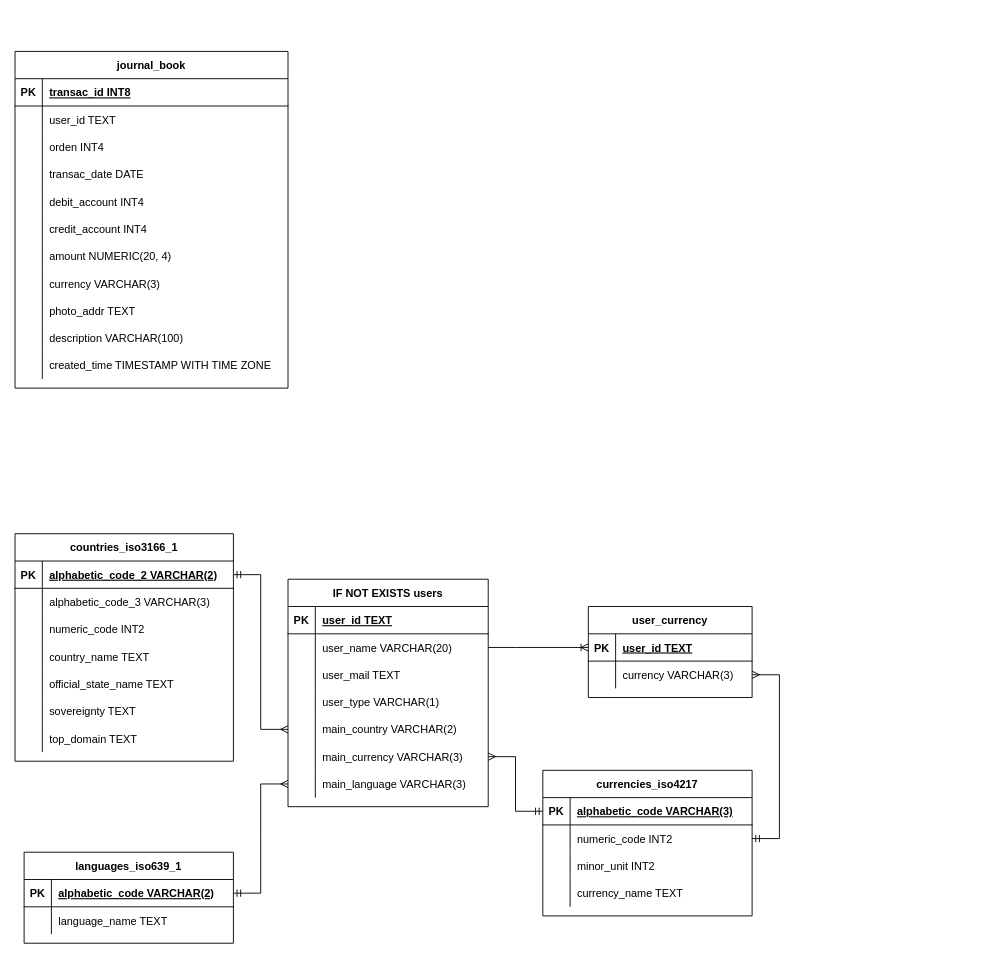
Earlier version of the draw.io diagram rigel_ledger_schema.drawio (Walker088/rigel_ledger_server). Source tidied: cells renumbered, new cells numbered last; positions are measured from the earlier drawing's top-left corner, leaving out a move shared by most shapes. Both pictures are drawn from the tidied source at 91%, with x=0, y=0 at pixel (15, 51).
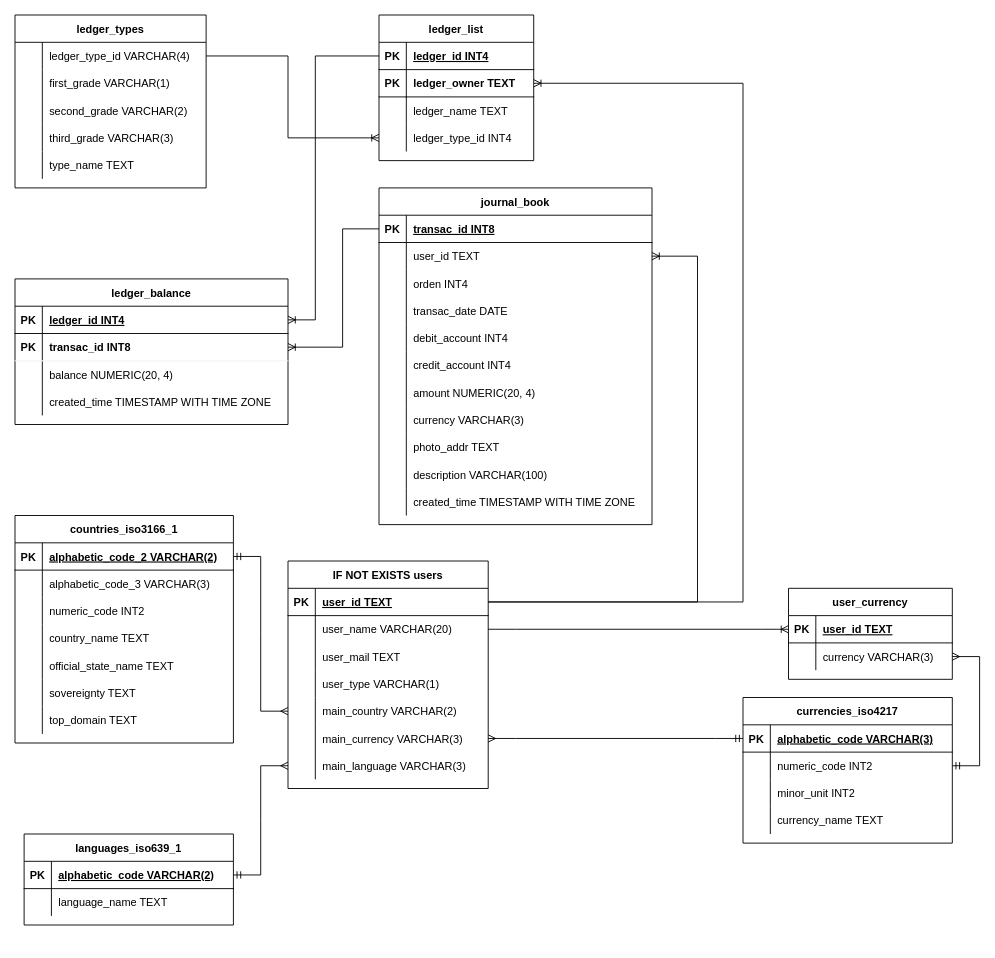
After the change.

Unchanged cells that the change refers to:
```xml
<mxCell id="57" style="shape=tableRow;horizontal=0;startSize=0;swimlaneHead=0;swimlaneBody=0;fillColor=none;points=[[0,0.5],[1,0.5]];portConstraint=eastwest;top=0;left=0;right=0;bottom=1;" parent="56" vertex="1">
  <mxGeometry y="30" width="220" height="30" as="geometry" />
</mxCell>
<mxCell id="79" style="shape=tableRow;horizontal=0;startSize=0;swimlaneHead=0;swimlaneBody=0;fillColor=none;points=[[0,0.5],[1,0.5]];portConstraint=eastwest;top=0;left=0;right=0;bottom=1;" parent="78" vertex="1">
  <mxGeometry y="30" width="300" height="30" as="geometry" />
</mxCell>
<mxCell id="82" style="shape=tableRow;horizontal=0;startSize=0;swimlaneHead=0;swimlaneBody=0;fillColor=none;points=[[0,0.5],[1,0.5]];portConstraint=eastwest;top=0;left=0;right=0;bottom=0;" parent="78" vertex="1">
  <mxGeometry y="60" width="300" height="30" as="geometry" />
</mxCell>
```

Change to the diagram source:
```diff
@@
     <mxCell id="2" value="user_currency" style="shape=table;startSize=30;childLayout=tableLayout;rowLines=0;fontStyle=1;align=center;" parent="1" vertex="1">
-      <mxGeometry x="630" y="610" width="180" height="100" as="geometry" />
+      <mxGeometry x="850" y="590" width="180" height="100" as="geometry" />
     </mxCell>
@@
     <mxCell id="9" value="countries_iso3166_1" style="shape=table;startSize=30;childLayout=tableLayout;rowLines=0;fontStyle=1;align=center;" parent="1" vertex="1">
-      <mxGeometry y="530" width="240" height="250" as="geometry" />
+      <mxGeometry y="510" width="240" height="250" as="geometry" />
     </mxCell>
@@
     <mxCell id="31" value="currencies_iso4217" style="shape=table;startSize=30;childLayout=tableLayout;rowLines=0;fontStyle=1;align=center;" parent="1" vertex="1">
-      <mxGeometry x="580" y="790" width="230" height="160" as="geometry" />
+      <mxGeometry x="800" y="710" width="230" height="160" as="geometry" />
     </mxCell>
@@
     <mxCell id="44" value="languages_iso639_1" style="shape=table;startSize=30;childLayout=tableLayout;rowLines=0;fontStyle=1;align=center;" parent="1" vertex="1">
-      <mxGeometry x="10" y="880" width="230" height="100" as="geometry" />
+      <mxGeometry x="10" y="860" width="230" height="100" as="geometry" />
     </mxCell>
@@
     <mxCell id="56" value="IF NOT EXISTS users" style="shape=table;startSize=30;childLayout=tableLayout;rowLines=0;fontStyle=1;align=center;" parent="1" vertex="1">
-      <mxGeometry x="300" y="580" width="220" height="250" as="geometry" />
+      <mxGeometry x="300" y="560" width="220" height="250" as="geometry" />
     </mxCell>
@@
     <mxCell id="78" value="journal_book" style="shape=table;startSize=30;childLayout=tableLayout;rowLines=0;fontStyle=1;align=center;" parent="1" vertex="1">
-      <mxGeometry width="300" height="370" as="geometry" />
+      <mxGeometry x="400" y="150" width="300" height="370" as="geometry" />
     </mxCell>
@@
+    <mxCell id="112" value="ledger_balance" style="shape=table;startSize=30;childLayout=tableLayout;rowLines=0;fontStyle=1;align=center;" parent="1" vertex="1">
+      <mxGeometry y="250" width="300" height="160" as="geometry" />
+    </mxCell>
+    <mxCell id="113" style="shape=tableRow;horizontal=0;startSize=0;swimlaneHead=0;swimlaneBody=0;fillColor=none;points=[[0,0.5],[1,0.5]];portConstraint=eastwest;top=0;left=0;right=0;bottom=1;" parent="112" vertex="1">
+      <mxGeometry y="30" width="300" height="30" as="geometry" />
+    </mxCell>
+    <mxCell id="114" value="PK" style="shape=partialRectangle;overflow=hidden;fillColor=none;top=0;left=0;bottom=0;right=0;fontStyle=1;noLabel=0;" parent="113" vertex="1">
+      <mxGeometry width="30" height="30" as="geometry" />
+    </mxCell>
+    <mxCell id="115" value="ledger_id INT4" style="shape=partialRectangle;overflow=hidden;fillColor=none;align=left;top=0;left=0;bottom=0;right=0;spacingLeft=6;fontStyle=5;noLabel=0;" parent="113" vertex="1">
+      <mxGeometry x="30" width="270" height="30" as="geometry" />
+    </mxCell>
+    <mxCell id="116" style="shape=tableRow;horizontal=0;startSize=0;swimlaneHead=0;swimlaneBody=0;fillColor=none;points=[[0,0.5],[1,0.5]];portConstraint=eastwest;top=0;left=0;right=0;bottom=0;" parent="112" vertex="1">
+      <mxGeometry y="60" width="300" height="30" as="geometry" />
+    </mxCell>
+    <mxCell id="117" value="PK" style="shape=partialRectangle;overflow=hidden;fillColor=none;top=0;left=0;bottom=1;right=0;strokeColor=#F0F0F0;strokeWidth=1;fontStyle=1;" parent="116" vertex="1">
+      <mxGeometry width="30" height="30" as="geometry" />
+    </mxCell>
+    <mxCell id="118" value="transac_id INT8" style="shape=partialRectangle;overflow=hidden;fillColor=none;align=left;top=0;left=0;bottom=1;right=0;spacingLeft=6;strokeColor=#F0F0F0;strokeWidth=1;fontStyle=1;" parent="116" vertex="1">
+      <mxGeometry x="30" width="270" height="30" as="geometry" />
+    </mxCell>
+    <mxCell id="119" style="shape=tableRow;horizontal=0;startSize=0;swimlaneHead=0;swimlaneBody=0;fillColor=none;top=0;left=0;right=0;bottom=0;" parent="112" vertex="1">
+      <mxGeometry y="90" width="300" height="30" as="geometry" />
+    </mxCell>
+    <mxCell id="120" style="shape=partialRectangle;overflow=hidden;fillColor=none;top=0;left=0;bottom=0;right=0;" parent="119" vertex="1">
+      <mxGeometry width="30" height="30" as="geometry" />
+    </mxCell>
+    <mxCell id="121" value="balance NUMERIC(20, 4)" style="shape=partialRectangle;overflow=hidden;fillColor=none;align=left;top=0;left=0;bottom=0;right=0;spacingLeft=6;" parent="119" vertex="1">
+      <mxGeometry x="30" width="270" height="30" as="geometry" />
+    </mxCell>
+    <mxCell id="122" style="shape=tableRow;horizontal=0;startSize=0;swimlaneHead=0;swimlaneBody=0;fillColor=none;top=0;left=0;right=0;bottom=0;" parent="112" vertex="1">
+      <mxGeometry y="120" width="300" height="30" as="geometry" />
+    </mxCell>
+    <mxCell id="123" style="shape=partialRectangle;overflow=hidden;fillColor=none;top=0;left=0;bottom=0;right=0;" parent="122" vertex="1">
+      <mxGeometry width="30" height="30" as="geometry" />
+    </mxCell>
+    <mxCell id="124" value="created_time TIMESTAMP WITH TIME ZONE" style="shape=partialRectangle;overflow=hidden;fillColor=none;align=left;top=0;left=0;bottom=0;right=0;spacingLeft=6;" parent="122" vertex="1">
+      <mxGeometry x="30" width="270" height="30" as="geometry" />
+    </mxCell>
+    <mxCell id="125" style="edgeStyle=elbowEdgeStyle;fontSize=12;html=1;endArrow=ERoneToMany;rounded=0;exitX=0;exitY=0.5;exitDx=0;exitDy=0;entryX=1;entryY=0.5;entryDx=0;entryDy=0;" parent="1" edge="1" source="79" target="116">
+      <mxGeometry relative="1" as="geometry">
+        <Array as="points">
+          <mxPoint x="360" y="260" />
+        </Array>
+      </mxGeometry>
+    </mxCell>
+    <mxCell id="126" value="ledger_list" style="shape=table;startSize=30;childLayout=tableLayout;rowLines=0;fontStyle=1;align=center;" parent="1" vertex="1">
+      <mxGeometry x="400" y="-40" width="170" height="160" as="geometry" />
+    </mxCell>
+    <mxCell id="127" style="shape=tableRow;horizontal=0;startSize=0;swimlaneHead=0;swimlaneBody=0;fillColor=none;points=[[0,0.5],[1,0.5]];portConstraint=eastwest;top=0;left=0;right=0;bottom=1;" parent="126" vertex="1">
+      <mxGeometry y="30" width="170" height="30" as="geometry" />
+    </mxCell>
+    <mxCell id="128" value="PK" style="shape=partialRectangle;overflow=hidden;fillColor=none;top=0;left=0;bottom=0;right=0;fontStyle=1;" parent="127" vertex="1">
+      <mxGeometry width="30" height="30" as="geometry" />
+    </mxCell>
+    <mxCell id="129" value="ledger_id INT4" style="shape=partialRectangle;overflow=hidden;fillColor=none;align=left;top=0;left=0;bottom=0;right=0;spacingLeft=6;fontStyle=5;" parent="127" vertex="1">
+      <mxGeometry x="30" width="140" height="30" as="geometry" />
+    </mxCell>
+    <mxCell id="130" style="shape=tableRow;horizontal=0;startSize=0;swimlaneHead=0;swimlaneBody=0;fillColor=none;points=[[0,0.5],[1,0.5]];portConstraint=eastwest;top=0;left=0;right=0;bottom=0;" parent="126" vertex="1">
+      <mxGeometry y="60" width="170" height="30" as="geometry" />
+    </mxCell>
+    <mxCell id="131" value="PK" style="shape=partialRectangle;overflow=hidden;fillColor=none;top=0;left=0;bottom=1;right=0;fontStyle=1;" parent="130" vertex="1">
+      <mxGeometry width="30" height="30" as="geometry" />
+    </mxCell>
+    <mxCell id="132" value="ledger_owner TEXT" style="shape=partialRectangle;overflow=hidden;fillColor=none;align=left;top=0;left=0;bottom=1;right=0;spacingLeft=6;fontStyle=1;" parent="130" vertex="1">
+      <mxGeometry x="30" width="140" height="30" as="geometry" />
+    </mxCell>
+    <mxCell id="133" style="shape=tableRow;horizontal=0;startSize=0;swimlaneHead=0;swimlaneBody=0;fillColor=none;top=0;left=0;right=0;bottom=0;" parent="126" vertex="1">
+      <mxGeometry y="90" width="170" height="30" as="geometry" />
+    </mxCell>
+    <mxCell id="134" style="shape=partialRectangle;overflow=hidden;fillColor=none;top=0;left=0;bottom=0;right=0;" parent="133" vertex="1">
+      <mxGeometry width="30" height="30" as="geometry" />
+    </mxCell>
+    <mxCell id="135" value="ledger_name TEXT" style="shape=partialRectangle;overflow=hidden;fillColor=none;align=left;top=0;left=0;bottom=0;right=0;spacingLeft=6;" parent="133" vertex="1">
+      <mxGeometry x="30" width="140" height="30" as="geometry" />
+    </mxCell>
+    <mxCell id="136" style="shape=tableRow;horizontal=0;startSize=0;swimlaneHead=0;swimlaneBody=0;fillColor=none;points=[[0,0.5],[1,0.5]];portConstraint=eastwest;top=0;left=0;right=0;bottom=0;" parent="126" vertex="1">
+      <mxGeometry y="120" width="170" height="30" as="geometry" />
+    </mxCell>
+    <mxCell id="137" style="shape=partialRectangle;overflow=hidden;fillColor=none;top=0;left=0;bottom=0;right=0;" parent="136" vertex="1">
+      <mxGeometry width="30" height="30" as="geometry" />
+    </mxCell>
+    <mxCell id="138" value="ledger_type_id INT4" style="shape=partialRectangle;overflow=hidden;fillColor=none;align=left;top=0;left=0;bottom=0;right=0;spacingLeft=6;" parent="136" vertex="1">
+      <mxGeometry x="30" width="140" height="30" as="geometry" />
+    </mxCell>
+    <mxCell id="139" value="ledger_types" style="shape=table;startSize=30;childLayout=tableLayout;rowLines=0;fontStyle=1;align=center;" parent="1" vertex="1">
+      <mxGeometry y="-40" width="210" height="190" as="geometry" />
+    </mxCell>
+    <mxCell id="140" style="shape=tableRow;horizontal=0;startSize=0;swimlaneHead=0;swimlaneBody=0;fillColor=none;points=[[0,0.5],[1,0.5]];portConstraint=eastwest;top=0;left=0;right=0;bottom=0;" parent="139" vertex="1">
+      <mxGeometry y="30" width="210" height="30" as="geometry" />
+    </mxCell>
+    <mxCell id="141" style="shape=partialRectangle;overflow=hidden;fillColor=none;top=0;left=0;bottom=0;right=0;" parent="140" vertex="1">
+      <mxGeometry width="30" height="30" as="geometry" />
+    </mxCell>
+    <mxCell id="142" value="ledger_type_id VARCHAR(4)" style="shape=partialRectangle;overflow=hidden;fillColor=none;align=left;top=0;left=0;bottom=0;right=0;spacingLeft=6;" parent="140" vertex="1">
+      <mxGeometry x="30" width="180" height="30" as="geometry" />
+    </mxCell>
+    <mxCell id="143" style="shape=tableRow;horizontal=0;startSize=0;swimlaneHead=0;swimlaneBody=0;fillColor=none;top=0;left=0;right=0;bottom=0;" parent="139" vertex="1">
+      <mxGeometry y="60" width="210" height="30" as="geometry" />
+    </mxCell>
+    <mxCell id="144" style="shape=partialRectangle;overflow=hidden;fillColor=none;top=0;left=0;bottom=0;right=0;" parent="143" vertex="1">
+      <mxGeometry width="30" height="30" as="geometry" />
+    </mxCell>
+    <mxCell id="145" value="first_grade    VARCHAR(1)" style="shape=partialRectangle;overflow=hidden;fillColor=none;align=left;top=0;left=0;bottom=0;right=0;spacingLeft=6;" parent="143" vertex="1">
+      <mxGeometry x="30" width="180" height="30" as="geometry" />
+    </mxCell>
+    <mxCell id="146" style="shape=tableRow;horizontal=0;startSize=0;swimlaneHead=0;swimlaneBody=0;fillColor=none;top=0;left=0;right=0;bottom=0;" parent="139" vertex="1">
+      <mxGeometry y="90" width="210" height="30" as="geometry" />
+    </mxCell>
+    <mxCell id="147" style="shape=partialRectangle;overflow=hidden;fillColor=none;top=0;left=0;bottom=0;right=0;" parent="146" vertex="1">
+      <mxGeometry width="30" height="30" as="geometry" />
+    </mxCell>
+    <mxCell id="148" value="second_grade   VARCHAR(2)" style="shape=partialRectangle;overflow=hidden;fillColor=none;align=left;top=0;left=0;bottom=0;right=0;spacingLeft=6;" parent="146" vertex="1">
+      <mxGeometry x="30" width="180" height="30" as="geometry" />
+    </mxCell>
+    <mxCell id="149" style="shape=tableRow;horizontal=0;startSize=0;swimlaneHead=0;swimlaneBody=0;fillColor=none;top=0;left=0;right=0;bottom=0;" parent="139" vertex="1">
+      <mxGeometry y="120" width="210" height="30" as="geometry" />
+    </mxCell>
+    <mxCell id="150" style="shape=partialRectangle;overflow=hidden;fillColor=none;top=0;left=0;bottom=0;right=0;" parent="149" vertex="1">
+      <mxGeometry width="30" height="30" as="geometry" />
+    </mxCell>
+    <mxCell id="151" value="third_grade    VARCHAR(3)" style="shape=partialRectangle;overflow=hidden;fillColor=none;align=left;top=0;left=0;bottom=0;right=0;spacingLeft=6;" parent="149" vertex="1">
+      <mxGeometry x="30" width="180" height="30" as="geometry" />
+    </mxCell>
+    <mxCell id="152" style="shape=tableRow;horizontal=0;startSize=0;swimlaneHead=0;swimlaneBody=0;fillColor=none;top=0;left=0;right=0;bottom=0;" parent="139" vertex="1">
+      <mxGeometry y="150" width="210" height="30" as="geometry" />
+    </mxCell>
+    <mxCell id="153" style="shape=partialRectangle;overflow=hidden;fillColor=none;top=0;left=0;bottom=0;right=0;" parent="152" vertex="1">
+      <mxGeometry width="30" height="30" as="geometry" />
+    </mxCell>
+    <mxCell id="154" value="type_name TEXT" style="shape=partialRectangle;overflow=hidden;fillColor=none;align=left;top=0;left=0;bottom=0;right=0;spacingLeft=6;" parent="152" vertex="1">
+      <mxGeometry x="30" width="180" height="30" as="geometry" />
+    </mxCell>
+    <mxCell id="155" style="edgeStyle=elbowEdgeStyle;endArrow=none;html=1;rounded=0;entryX=0;entryY=0.5;entryDx=0;entryDy=0;exitX=1;exitY=0.5;exitDx=0;exitDy=0;startArrow=ERoneToMany;startFill=0;endFill=0;" parent="1" edge="1" source="113" target="127">
+      <mxGeometry relative="1" as="geometry">
+        <Array as="points">
+          <mxPoint x="330" y="140" />
+          <mxPoint x="310" y="1110" />
+        </Array>
+      </mxGeometry>
+    </mxCell>
+    <mxCell id="156" style="edgeStyle=elbowEdgeStyle;endArrow=none;html=1;rounded=0;entryX=1;entryY=0.5;entryDx=0;entryDy=0;exitX=1;exitY=0.5;exitDx=0;exitDy=0;startArrow=ERoneToMany;startFill=0;endFill=0;" parent="1" edge="1" source="130" target="57">
+      <mxGeometry relative="1" as="geometry">
+        <Array as="points">
+          <mxPoint x="800" y="310" />
+        </Array>
+      </mxGeometry>
+    </mxCell>
+    <mxCell id="157" style="edgeStyle=elbowEdgeStyle;fontSize=12;html=1;endArrow=none;rounded=0;entryX=1;entryY=0.5;entryDx=0;entryDy=0;startArrow=ERoneToMany;startFill=0;endFill=0;exitX=0;exitY=0.5;exitDx=0;exitDy=0;" parent="1" edge="1" source="136" target="140">
+      <mxGeometry relative="1" as="geometry">
+        <Array as="points">
+          <mxPoint x="300" y="50" />
+        </Array>
+      </mxGeometry>
+    </mxCell>
+    <mxCell id="158" style="edgeStyle=elbowEdgeStyle;endArrow=none;html=1;rounded=0;entryX=1;entryY=0.5;entryDx=0;entryDy=0;exitX=1;exitY=0.5;exitDx=0;exitDy=0;startArrow=ERoneToMany;startFill=0;endFill=0;" parent="1" edge="1" source="82" target="57">
+      <mxGeometry relative="1" as="geometry">
+        <Array as="points">
+          <mxPoint x="750" y="420" />
+        </Array>
+      </mxGeometry>
+    </mxCell>
```
